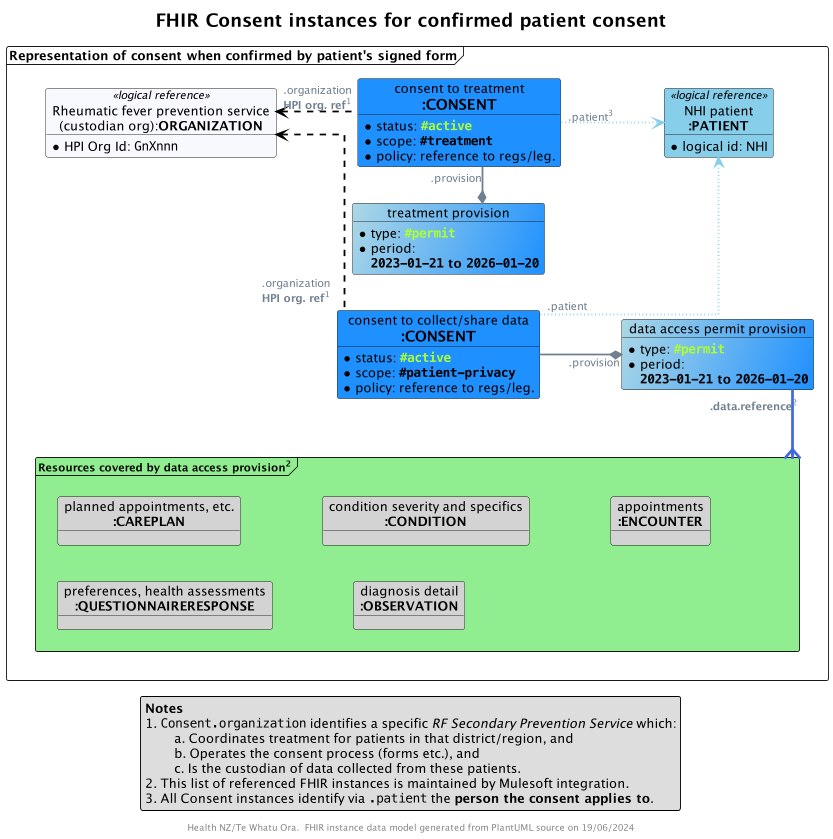
The PlantUML diagram input/images/obj-FHIR-data-consent-active.png in tewhatuora/fhir-rheumatic-fever, before a commit.
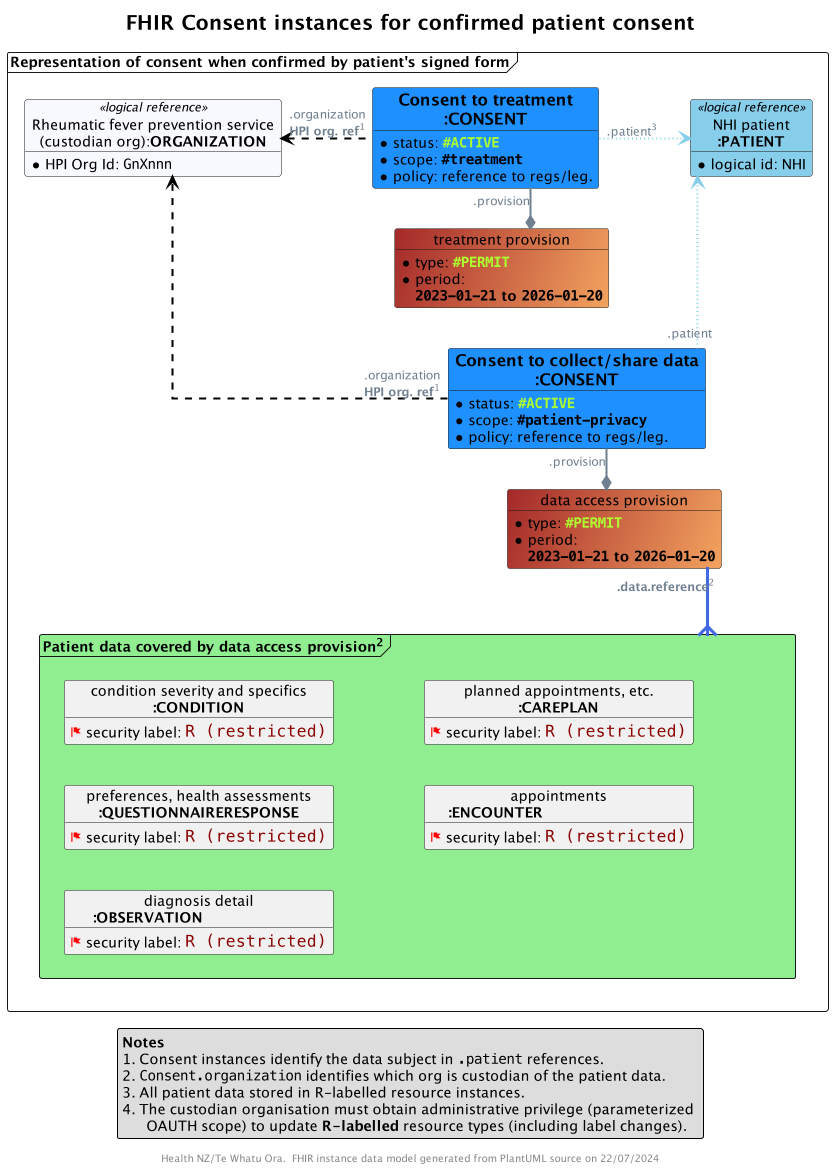
The same file after the commit.

Commit message:
New designs for label based access control

Change to the diagram source:
```diff
@@ -20,6 +20,12 @@
 skinparam TitleFontSize 20
 
 
+!unquoted procedure $SEC_LABELLED_INSTANCE($Alias, $displayText="",$label="")
+  object "$displayText" as $Alias {
+    <color:Red><&flag> <Color:Black>security label: ""<size:16><color:DarkRed>$label""
+  }
+!endprocedure
+
 title FHIR Consent instances for confirmed patient consent
 
 frame "Representation of consent when confirmed by patient's signed form" as F {
@@ -30,26 +36,26 @@
     }
   !endprocedure
 
-  object "consent to treatment\n<size:16>**:CONSENT**" as TREATCONSENT #DodgerBlue {
-    * status: ""<color:GreenYellow>**#active**""
+  object "<size:16>**Consent to treatment**\n<size:16>**:CONSENT**" as TREATCONSENT #DodgerBlue {
+    * status: ""<color:GreenYellow>**#ACTIVE**""
     * scope: ""**#treatment**""
     * policy: reference to regs/leg.
   }
 
-  object "treatment provision" as TP #LightBlue/DodgerBlue  {
-    * type: ""<color:GreenYellow>**#permit**""
+  object "treatment provision" as TP #Brown/SandyBrown  {
+    * type: ""<color:GreenYellow>**#PERMIT**""
     * period:
       **""2023-01-21"" to ""2026-01-20""**
   }
 
-  object "consent to collect/share data\n<size:16>**:CONSENT**" as DATACONSENT #DodgerBlue {
-    * status: ""<color:GreenYellow>**#active**""
+  object "<size:16>**Consent to collect/share data**\n<size:16>**:CONSENT**" as DATACONSENT #DodgerBlue {
+    * status: ""<color:GreenYellow>**#ACTIVE**""
     * scope: ""**#patient-privacy**""
     * policy: reference to regs/leg.
   }
 
-  object "data access permit provision" as DAP #LightBlue/DodgerBlue  {
-    * type: ""<color:GreenYellow>**#permit**""
+  object "data access provision" as DAP #Brown/SandyBrown  {
+    * type: ""<color:GreenYellow>**#PERMIT**""
     * period:
       **""2023-01-21"" to ""2026-01-20""**
   }
@@ -62,18 +68,22 @@
     * HPI Org Id: ""GnXnnn""
   }
 
-  frame "<size:12>Resources covered by data access provision<sup>2</sup>" as COVERED #LightGreen {
-    object "planned appointments, etc.\n<size:14>**:CAREPLAN**" as R1 #LightGray
-    object "condition severity and specifics\n<size:14>**:CONDITION**" as R2 #LightGray
-    object "appointments\n<size:14>**:ENCOUNTER**" as R3 #LightGray
-    object "preferences, health assessments\n<size:14>**:QUESTIONNAIRERESPONSE**" as R4 #LightGray
-    object "diagnosis detail\n<size:14>**:OBSERVATION**" as R5 #LightGray
+  frame "Patient data covered by data access provision<sup>2</sup>" as COVERED #LightGreen {
+    $SEC_LABELLED_INSTANCE(R1,"planned appointments, etc.\n<size:14>**:CAREPLAN**"                    ,"R (restricted)")
+    $SEC_LABELLED_INSTANCE(R2,"condition severity and specifics\n<size:14>**:CONDITION**"             ,"R (restricted)")
+    $SEC_LABELLED_INSTANCE(R3,"appointments\n<size:14>**:ENCOUNTER**                               "  ,"R (restricted)")
+    $SEC_LABELLED_INSTANCE(R4,"preferences, health assessments\n<size:14>**:QUESTIONNAIRERESPONSE**"  ,"R (restricted)")
+    $SEC_LABELLED_INSTANCE(R5,"diagnosis detail\n<size:14>**:OBSERVATION**                         "  ,"R (restricted)")
+
+    R3 -[hidden]u- R1
+    R4 -[hidden]u- R2
+    R5 -[hidden]u- R4
+
   }
 }
 
 TREATCONSENT -[hidden]d- TP
 TP -[hidden]d- DATACONSENT
-
 
 DAP "**.data.reference**<sup>2</sup>" -[thickness=3,#RoyalBlue]--{ COVERED
 
@@ -82,17 +92,16 @@
 TREATCONSENT ".organization\n**HPI org. ref**<sup>1</sup>" -[dashed,#Black]l-> HPI
 
 DATACONSENT ".patient" -[dotted,#SkyBlue,norank]-> PATIENT
-DATACONSENT -* DAP : "".provision""
-DATACONSENT ".organization\n**HPI org. ref**<sup>1</sup>" -[dashed,#Black]u-> HPI
+DATACONSENT -d-* DAP : "".provision""
+DATACONSENT ".organization\n**HPI org. ref**<sup>1</sup>" -[dashed,#Black,norank]--> HPI
 
 legend bottom
   **Notes**
-  1. ""Consent.organization"" identifies a specific //RF Secondary Prevention Service// which:
-      \ta. Coordinates treatment for patients in that district/region, and
-      \tb. Operates the consent process (forms etc.), and
-      \tc. Is the custodian of data collected from these patients.
-  2. This list of referenced FHIR instances is maintained by Mulesoft integration.
-  3. All Consent instances identify via "".patient"" the **person the consent applies to**.
+  1. Consent instances identify the data subject in "".patient"" references.
+  2. ""Consent.organization"" identifies which org is custodian of the patient data.
+  3. All patient data stored in R-labelled resource instances.
+  4. The custodian organisation must obtain administrative privilege (parameterized
+        OAUTH scope) to update **R-labelled** resource types (including label changes).
 endlegend
 
 footer "Health NZ/Te Whatu Ora.  FHIR instance data model generated from PlantUML source on %date('dd/MM/yyyy')"
```
